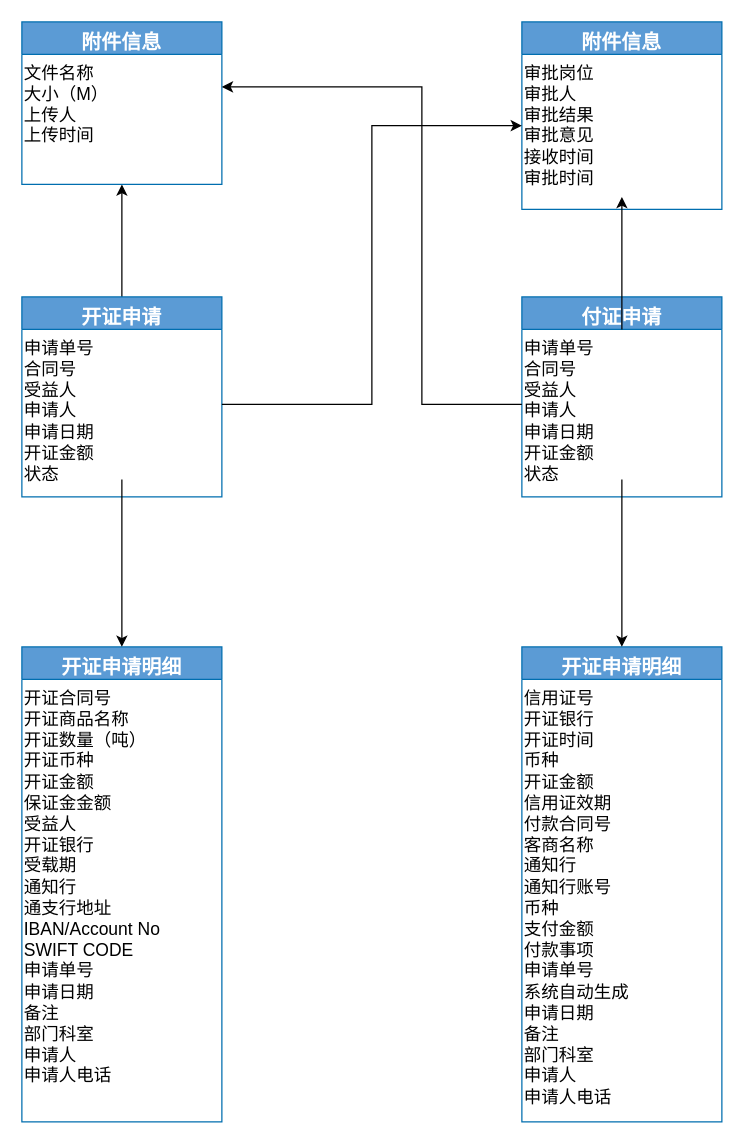
Above: page "信用证" (1 of 7) of 未命名绘图.drawio in vk567/vk567 (draw.io), before the change. Source tidied: cells renumbered, new cells numbered last; positions are measured from the earlier drawing's top-left corner, leaving out a move shared by most shapes. Both pictures are drawn from the tidied source at 125%, with x=0, y=0 at pixel (21, 21).
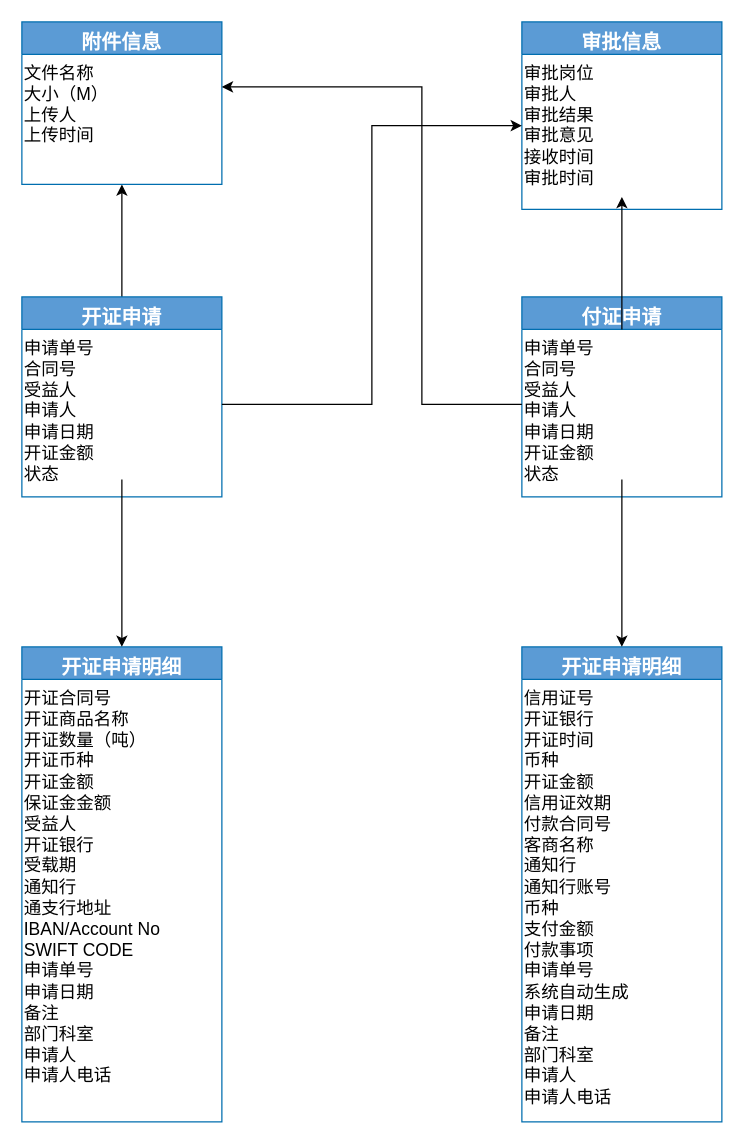
Above is the later version.

Commit message:
更新未命名绘图.drawio

The edit, as a diff of the source:
```diff
@@
-    <mxCell id="15" value="附件信息" style="swimlane;fontStyle=1;align=center;verticalAlign=top;horizontal=1;startSize=26;rounded=0;shadow=0;strokeWidth=1;fillColor=#5B9BD5;fontColor=#ffffff;strokeColor=#006EAF;fillStyle=solid;fontSize=16;" parent="1" vertex="1">
+    <mxCell id="15" value="审批信息" style="swimlane;fontStyle=1;align=center;verticalAlign=top;horizontal=1;startSize=26;rounded=0;shadow=0;strokeWidth=1;fillColor=#5B9BD5;fontColor=#ffffff;strokeColor=#006EAF;fillStyle=solid;fontSize=16;" parent="1" vertex="1">
       <mxGeometry x="400" width="160" height="150" as="geometry" />
     </mxCell>
```
